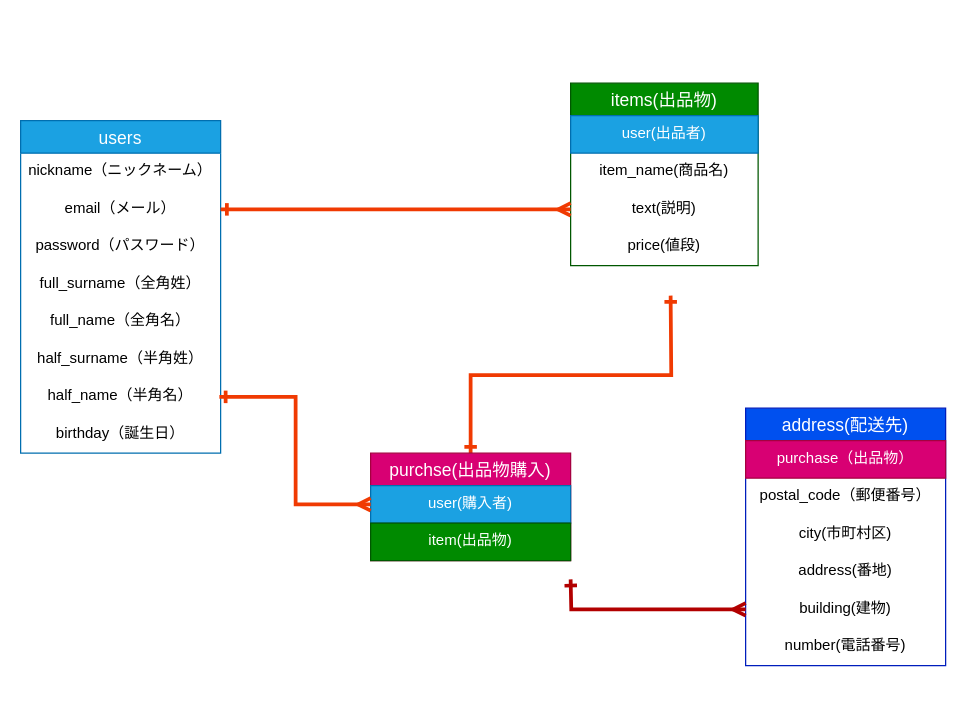
Before: FURIMA.dio in yamamotyyie/furima-33551, a draw.io diagram. Source tidied: cells renumbered, new cells numbered last; positions are measured from the earlier drawing's top-left corner, leaving out a move shared by most shapes. Both pictures are drawn from the tidied source at 125%, with x=0, y=0 at pixel (20, 82).
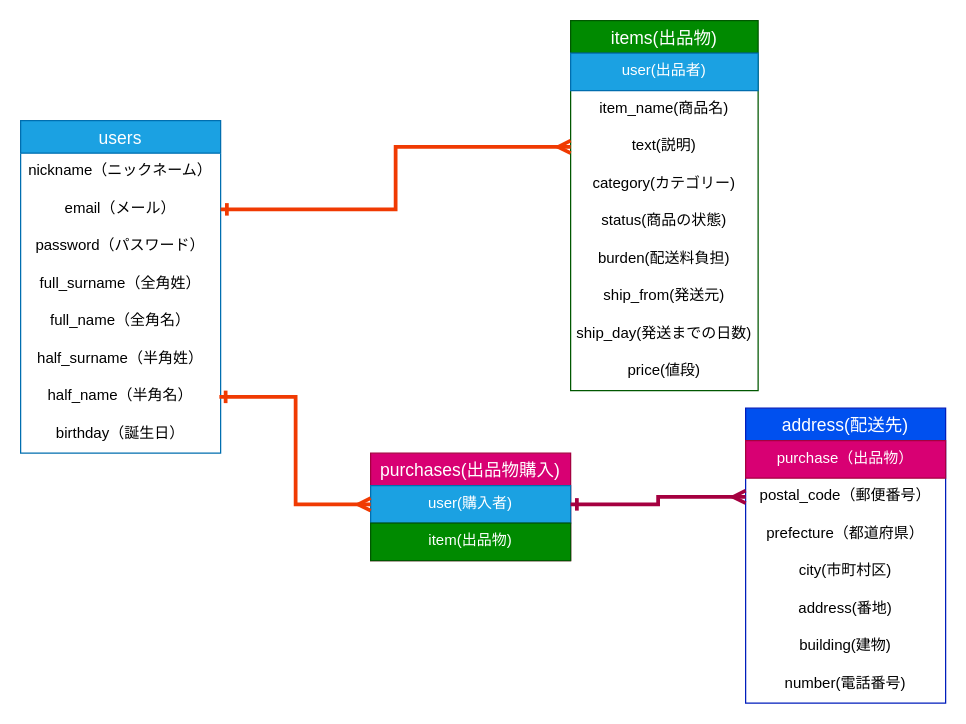
After the change.

Commit message (it also covers changes not shown here):
テーブル設計　修正

Unchanged cells that the change refers to:
```xml
<mxCell id="18" value="user(購入者)" style="text;strokeColor=#006EAF;fillColor=#1ba1e2;spacingLeft=4;spacingRight=4;overflow=hidden;points=[[0,0.5],[1,0.5]];portConstraint=eastwest;fontSize=12;align=center;fontColor=#ffffff;" parent="17" vertex="1">
  <mxGeometry y="26" width="160" height="30" as="geometry" />
</mxCell>
```

The edit, as a diff of the source:
```diff
@@
     <mxCell id="11" value="items(出品物)" style="swimlane;fontStyle=0;horizontal=1;startSize=26;align=center;fontSize=14;fillColor=#008a00;strokeColor=#005700;fontColor=#ffffff;" parent="1" vertex="1">
-      <mxGeometry x="440" width="150" height="146" as="geometry" />
+      <mxGeometry x="440" y="-50" width="150" height="296" as="geometry" />
     </mxCell>
@@
+    <mxCell id="30" value="category(カテゴリー)" style="text;strokeColor=none;fillColor=none;spacingLeft=4;spacingRight=4;overflow=hidden;fontSize=12;align=center;" parent="11" vertex="1">
+      <mxGeometry y="116" width="150" height="30" as="geometry" />
+    </mxCell>
+    <mxCell id="31" value="status(商品の状態)" style="text;strokeColor=none;fillColor=none;spacingLeft=4;spacingRight=4;overflow=hidden;fontSize=12;align=center;" parent="11" vertex="1">
+      <mxGeometry y="146" width="150" height="30" as="geometry" />
+    </mxCell>
+    <mxCell id="32" value="burden(配送料負担)" style="text;strokeColor=none;fillColor=none;spacingLeft=4;spacingRight=4;overflow=hidden;fontSize=12;align=center;" parent="11" vertex="1">
+      <mxGeometry y="176" width="150" height="30" as="geometry" />
+    </mxCell>
+    <mxCell id="33" value="ship_from(発送元)" style="text;strokeColor=none;fillColor=none;spacingLeft=4;spacingRight=4;overflow=hidden;fontSize=12;align=center;" parent="11" vertex="1">
+      <mxGeometry y="206" width="150" height="30" as="geometry" />
+    </mxCell>
+    <mxCell id="34" value="ship_day(発送までの日数)" style="text;strokeColor=none;fillColor=none;spacingLeft=4;spacingRight=4;overflow=hidden;fontSize=12;align=center;" parent="11" vertex="1">
+      <mxGeometry y="236" width="150" height="30" as="geometry" />
+    </mxCell>
     <mxCell id="15" value="price(値段)" style="text;strokeColor=none;fillColor=none;spacingLeft=4;spacingRight=4;overflow=hidden;fontSize=12;align=center;" parent="11" vertex="1">
-      <mxGeometry y="116" width="150" height="30" as="geometry" />
+      <mxGeometry y="266" width="150" height="30" as="geometry" />
     </mxCell>
-    <mxCell id="16" style="edgeStyle=orthogonalEdgeStyle;rounded=0;jettySize=auto;html=1;exitX=0.5;exitY=0;exitDx=0;exitDy=0;startArrow=ERone;startFill=0;sourcePerimeterSpacing=-1;endArrow=ERone;endFill=0;strokeColor=#F03A02;strokeWidth=3;" parent="1" edge="1" source="17">
-      <mxGeometry relative="1" as="geometry">
-        <mxPoint x="520" y="170" as="targetPoint" />
-      </mxGeometry>
-    </mxCell>
-    <mxCell id="17" value="purchse(出品物購入)" style="swimlane;fontStyle=0;horizontal=1;startSize=26;align=center;fontSize=14;fillColor=#d80073;strokeColor=#A50040;fontColor=#ffffff;" parent="1" vertex="1">
+    <mxCell id="17" value="purchases(出品物購入)" style="swimlane;fontStyle=0;horizontal=1;startSize=26;align=center;fontSize=14;fillColor=#d80073;strokeColor=#A50040;fontColor=#ffffff;" parent="1" vertex="1">
       <mxGeometry x="280" y="296" width="160" height="86" as="geometry" />
     </mxCell>
@@
     <mxCell id="20" value="address(配送先)" style="swimlane;fontStyle=0;horizontal=1;startSize=26;align=center;fontSize=14;fillColor=#0050ef;strokeColor=#001DBC;fontColor=#ffffff;" parent="1" vertex="1">
-      <mxGeometry x="580" y="260" width="160" height="206" as="geometry" />
+      <mxGeometry x="580" y="260" width="160" height="236" as="geometry" />
     </mxCell>
@@
+    <mxCell id="35" value="postal_code（郵便番号）" style="text;strokeColor=none;fillColor=none;spacingLeft=4;spacingRight=4;overflow=hidden;points=[[0,0.5],[1,0.5]];portConstraint=eastwest;fontSize=12;align=center;" parent="20" vertex="1">
+      <mxGeometry y="56" width="160" height="30" as="geometry" />
+    </mxCell>
-    <mxCell id="22" value="postal_code（郵便番号）" style="text;strokeColor=none;fillColor=none;spacingLeft=4;spacingRight=4;overflow=hidden;fontSize=12;align=center;" parent="20" vertex="1">
-      <mxGeometry y="56" width="160" height="30" as="geometry" />
+    <mxCell id="22" value="prefecture（都道府県）" style="text;strokeColor=none;fillColor=none;spacingLeft=4;spacingRight=4;overflow=hidden;fontSize=12;align=center;" parent="20" vertex="1">
+      <mxGeometry y="86" width="160" height="30" as="geometry" />
     </mxCell>
     <mxCell id="23" value="city(市町村区)" style="text;strokeColor=none;fillColor=none;spacingLeft=4;spacingRight=4;overflow=hidden;fontSize=12;align=center;" parent="20" vertex="1">
-      <mxGeometry y="86" width="160" height="30" as="geometry" />
+      <mxGeometry y="116" width="160" height="30" as="geometry" />
     </mxCell>
     <mxCell id="24" value="address(番地)" style="text;strokeColor=none;fillColor=none;spacingLeft=4;spacingRight=4;overflow=hidden;fontSize=12;align=center;" parent="20" vertex="1">
-      <mxGeometry y="116" width="160" height="30" as="geometry" />
+      <mxGeometry y="146" width="160" height="30" as="geometry" />
     </mxCell>
     <mxCell id="25" value="building(建物)" style="text;strokeColor=none;fillColor=none;spacingLeft=4;spacingRight=4;overflow=hidden;points=[[0,0.5],[1,0.5]];portConstraint=eastwest;fontSize=12;align=center;" parent="20" vertex="1">
-      <mxGeometry y="146" width="160" height="30" as="geometry" />
+      <mxGeometry y="176" width="160" height="30" as="geometry" />
     </mxCell>
     <mxCell id="26" value="number(電話番号)" style="text;strokeColor=none;fillColor=none;spacingLeft=4;spacingRight=4;overflow=hidden;fontSize=12;align=center;" parent="20" vertex="1">
-      <mxGeometry y="176" width="160" height="30" as="geometry" />
+      <mxGeometry y="206" width="160" height="30" as="geometry" />
     </mxCell>
@@
-    <mxCell id="29" style="edgeStyle=orthogonalEdgeStyle;rounded=0;jettySize=auto;html=1;entryX=0;entryY=0.5;entryDx=0;entryDy=0;startArrow=ERone;startFill=0;fillColor=#e51400;strokeColor=#B20000;strokeWidth=3;endArrow=ERmany;endFill=0;" parent="1" edge="1" target="25">
-      <mxGeometry relative="1" as="geometry">
-        <mxPoint x="440" y="397" as="sourcePoint" />
-      </mxGeometry>
-    </mxCell>
+    <mxCell id="36" style="edgeStyle=orthogonalEdgeStyle;rounded=0;jettySize=auto;html=1;exitX=1;exitY=0.5;exitDx=0;exitDy=0;fillColor=#d80073;strokeColor=#A50040;strokeWidth=3;endArrow=ERmany;endFill=0;startArrow=ERone;startFill=0;" parent="1" edge="1" source="18" target="35">
+      <mxGeometry relative="1" as="geometry" />
+    </mxCell>
```
